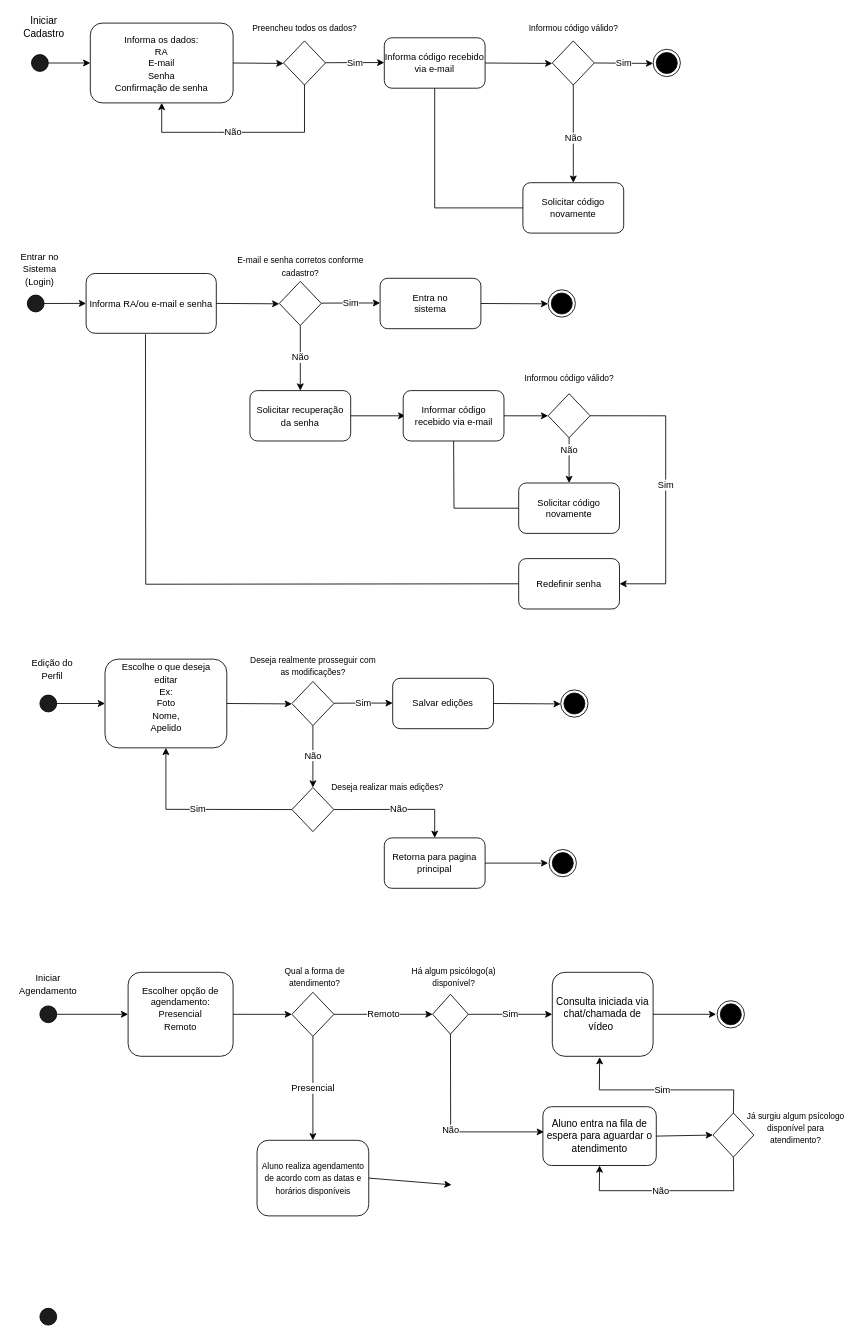
The draw.io diagram projeto/Diagrama sem nome.drawio in edueevaristo/atividade-fabricadeprojetos, before the edit. Source tidied: cells renumbered, new cells numbered last; positions are measured from the earlier drawing's top-left corner, leaving out a move shared by most shapes. Both pictures are drawn from the tidied source at 84%, with x=0, y=0 at pixel (14, 14).
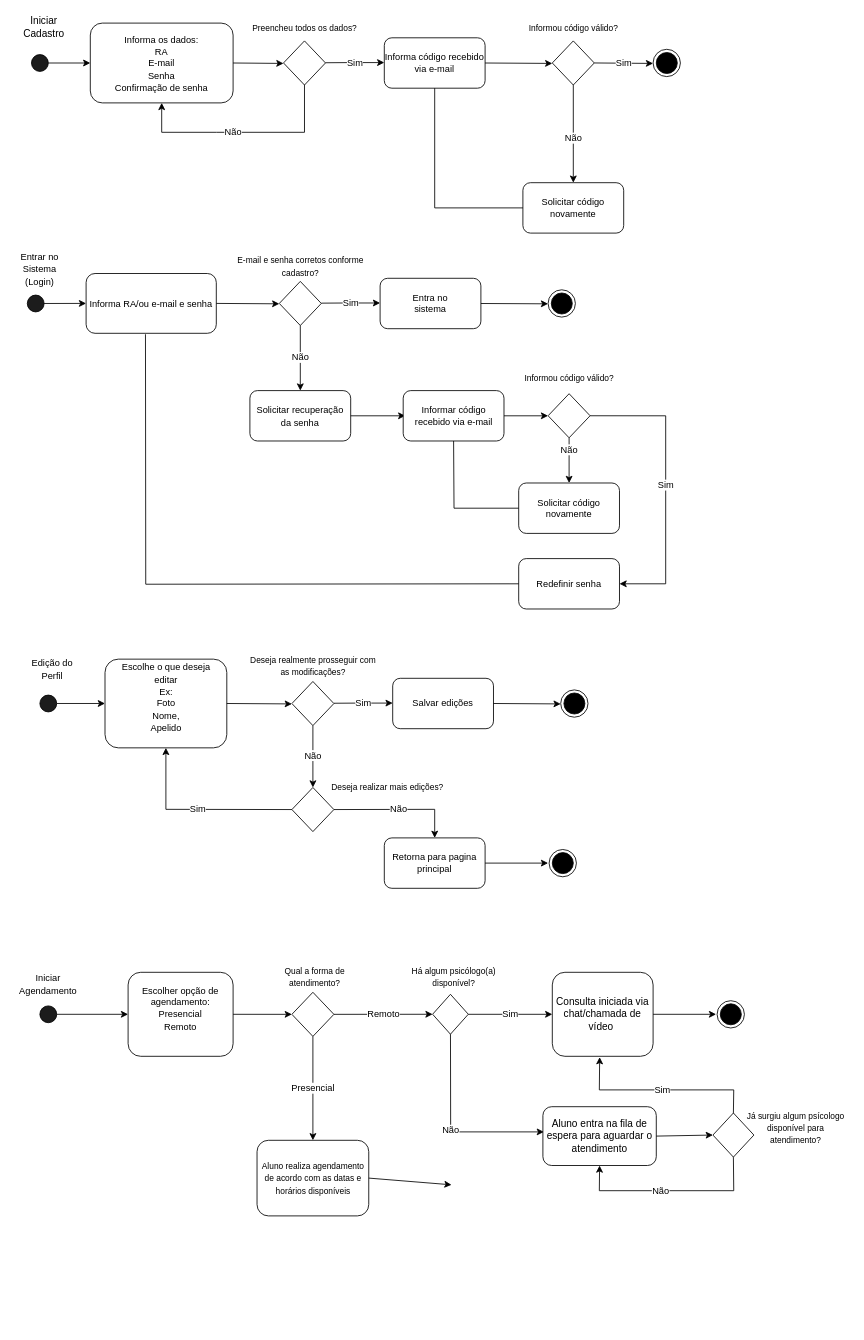
Above is the later version.

The edit, as a diff of the source:
```diff
@@
-    <mxCell id="68" style="ellipse;whiteSpace=wrap;html=1;fillColor=#1C1C1C;" parent="1" vertex="1">
-      <mxGeometry x="30" y="1540" width="20" height="20" as="geometry" />
-    </mxCell>
```
